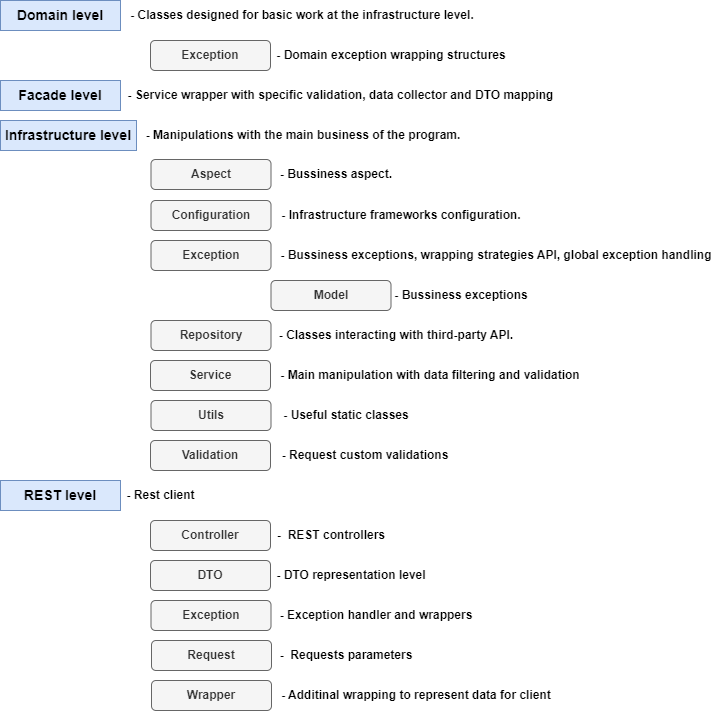
SaneaV/Application-Ecosystem-of-Moldavian-Filling-Stations keeps this draw.io diagram as rest-api/architecture/Project-Structure.png. Above is the earlier version. Source tidied: cells renumbered, new cells last; positions are measured from the earlier drawing's top-left corner, leaving out a move shared by most shapes.
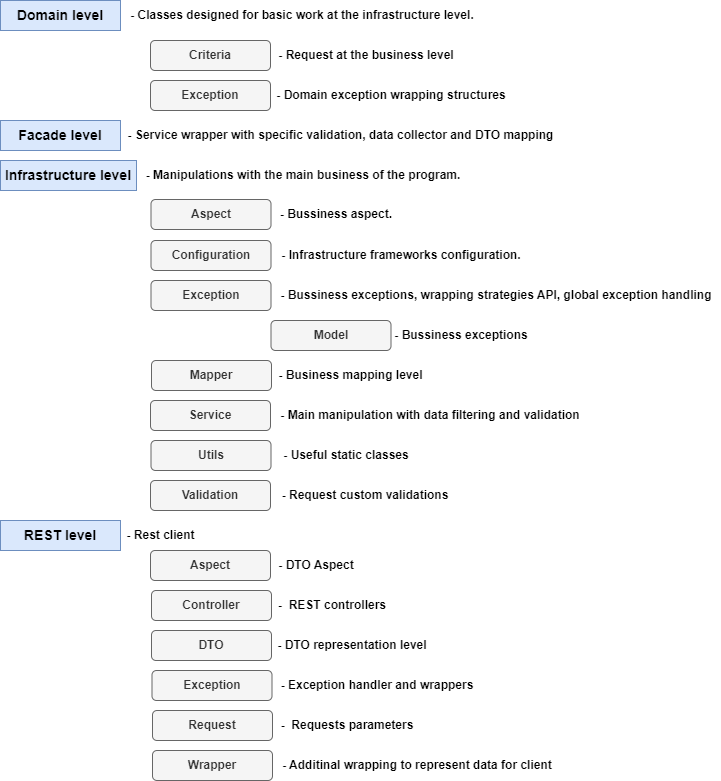
After the change.

What changed in the source:
```diff
@@ -3,13 +3,13 @@
     <mxCell id="0" />
     <mxCell id="1" parent="0" />
     <mxCell id="2" value="&lt;b&gt;&lt;font style=&quot;font-size: 14px;&quot;&gt;Domain level&lt;/font&gt;&lt;/b&gt;" style="rounded=0;whiteSpace=wrap;html=1;fillColor=#dae8fc;strokeColor=#6c8ebf;" parent="1" vertex="1">
-      <mxGeometry width="120" height="30" as="geometry" />
+      <mxGeometry y="-40" width="120" height="30" as="geometry" />
     </mxCell>
     <mxCell id="3" value="&lt;b&gt;&lt;font style=&quot;font-size: 14px;&quot;&gt;Infrastructure level&lt;/font&gt;&lt;/b&gt;" style="rounded=0;whiteSpace=wrap;html=1;fillColor=#dae8fc;strokeColor=#6c8ebf;" parent="1" vertex="1">
       <mxGeometry y="120" width="136" height="30" as="geometry" />
     </mxCell>
-    <mxCell id="4" value="&lt;b&gt;Repository&lt;/b&gt;" style="rounded=1;whiteSpace=wrap;html=1;fillColor=#f5f5f5;fontColor=#333333;strokeColor=#666666;" parent="1" vertex="1">
-      <mxGeometry x="150.5" y="320" width="120" height="30" as="geometry" />
+    <mxCell id="4" value="&lt;b&gt;Mapper&lt;/b&gt;" style="rounded=1;whiteSpace=wrap;html=1;fillColor=#f5f5f5;fontColor=#333333;strokeColor=#666666;" parent="1" vertex="1">
+      <mxGeometry x="151" y="320" width="120" height="30" as="geometry" />
     </mxCell>
     <mxCell id="5" value="&lt;b&gt;Exception&lt;/b&gt;" style="rounded=1;whiteSpace=wrap;html=1;fillColor=#f5f5f5;fontColor=#333333;strokeColor=#666666;" parent="1" vertex="1">
       <mxGeometry x="150.5" y="240" width="120" height="30" as="geometry" />
@@ -24,7 +24,7 @@
       <mxGeometry x="150.5" y="200" width="120" height="30" as="geometry" />
     </mxCell>
     <mxCell id="9" value="&lt;b&gt;DTO&lt;/b&gt;" style="rounded=1;whiteSpace=wrap;html=1;fillColor=#f5f5f5;fontColor=#333333;strokeColor=#666666;" parent="1" vertex="1">
-      <mxGeometry x="150" y="560" width="120" height="30" as="geometry" />
+      <mxGeometry x="151" y="590" width="120" height="30" as="geometry" />
     </mxCell>
     <mxCell id="10" value="&lt;b&gt;Utils&lt;/b&gt;" style="rounded=1;whiteSpace=wrap;html=1;fillColor=#f5f5f5;fontColor=#333333;strokeColor=#666666;" parent="1" vertex="1">
       <mxGeometry x="150.5" y="400" width="120" height="30" as="geometry" />
@@ -33,13 +33,13 @@
       <mxGeometry x="150.5" y="159" width="120" height="30" as="geometry" />
     </mxCell>
     <mxCell id="12" value="&lt;b&gt;-&amp;nbsp;Classes designed for basic work at the infrastructure level.&lt;/b&gt;" style="text;html=1;strokeColor=none;fillColor=none;align=center;verticalAlign=middle;whiteSpace=wrap;rounded=0;" parent="1" vertex="1">
-      <mxGeometry x="120" width="364" height="30" as="geometry" />
+      <mxGeometry x="120" y="-40" width="364" height="30" as="geometry" />
     </mxCell>
     <mxCell id="13" value="&lt;b&gt;- Manipulations with the main business of the program.&lt;/b&gt;" style="text;html=1;strokeColor=none;fillColor=none;align=center;verticalAlign=middle;whiteSpace=wrap;rounded=0;" parent="1" vertex="1">
       <mxGeometry x="136" y="120" width="334" height="30" as="geometry" />
     </mxCell>
-    <mxCell id="14" value="&lt;b&gt;-&amp;nbsp;Classes interacting with third-party API.&lt;/b&gt;" style="text;html=1;strokeColor=none;fillColor=none;align=center;verticalAlign=middle;whiteSpace=wrap;rounded=0;" parent="1" vertex="1">
-      <mxGeometry x="270.5" y="320" width="250" height="30" as="geometry" />
+    <mxCell id="14" value="&lt;b&gt;-&amp;nbsp;Business mapping level&lt;/b&gt;" style="text;html=1;strokeColor=none;fillColor=none;align=center;verticalAlign=middle;whiteSpace=wrap;rounded=0;" parent="1" vertex="1">
+      <mxGeometry x="271" y="320" width="159" height="30" as="geometry" />
     </mxCell>
     <mxCell id="15" value="&lt;b&gt;- Bussiness aspect.&lt;/b&gt;" style="text;html=1;strokeColor=none;fillColor=none;align=center;verticalAlign=middle;whiteSpace=wrap;rounded=0;" parent="1" vertex="1">
       <mxGeometry x="270.5" y="159" width="130" height="30" as="geometry" />
@@ -60,7 +60,7 @@
       <mxGeometry x="121" y="80" width="439" height="30" as="geometry" />
     </mxCell>
     <mxCell id="21" value="&lt;b&gt;- DTO representation level&lt;/b&gt;" style="text;html=1;strokeColor=none;fillColor=none;align=center;verticalAlign=middle;whiteSpace=wrap;rounded=0;" parent="1" vertex="1">
-      <mxGeometry x="270.5" y="560" width="159.5" height="30" as="geometry" />
+      <mxGeometry x="271.5" y="590" width="159.5" height="30" as="geometry" />
     </mxCell>
     <mxCell id="22" value="&lt;b&gt;&lt;font style=&quot;font-size: 14px;&quot;&gt;REST level&lt;/font&gt;&lt;/b&gt;" style="rounded=0;whiteSpace=wrap;html=1;fillColor=#dae8fc;strokeColor=#6c8ebf;" parent="1" vertex="1">
       <mxGeometry y="480" width="120" height="30" as="geometry" />
@@ -69,34 +69,34 @@
       <mxGeometry x="121" y="480" width="79" height="30" as="geometry" />
     </mxCell>
     <mxCell id="24" value="&lt;b&gt;Controller&lt;/b&gt;" style="rounded=1;whiteSpace=wrap;html=1;fillColor=#f5f5f5;fontColor=#333333;strokeColor=#666666;" parent="1" vertex="1">
-      <mxGeometry x="150" y="520" width="120" height="30" as="geometry" />
+      <mxGeometry x="151" y="550" width="120" height="30" as="geometry" />
     </mxCell>
     <mxCell id="25" value="&lt;b&gt;-&amp;nbsp; REST controllers&lt;/b&gt;" style="text;html=1;strokeColor=none;fillColor=none;align=center;verticalAlign=middle;whiteSpace=wrap;rounded=0;" parent="1" vertex="1">
-      <mxGeometry x="270.5" y="520" width="119.5" height="30" as="geometry" />
+      <mxGeometry x="271.5" y="550" width="119.5" height="30" as="geometry" />
     </mxCell>
     <mxCell id="26" value="&lt;b&gt;Exception&lt;/b&gt;" style="rounded=1;whiteSpace=wrap;html=1;fillColor=#f5f5f5;fontColor=#333333;strokeColor=#666666;" parent="1" vertex="1">
-      <mxGeometry x="150.5" y="600" width="120" height="30" as="geometry" />
+      <mxGeometry x="151.5" y="630" width="120" height="30" as="geometry" />
     </mxCell>
     <mxCell id="27" value="&lt;b&gt;- Exception handler and wrappers&lt;/b&gt;" style="text;html=1;strokeColor=none;fillColor=none;align=center;verticalAlign=middle;whiteSpace=wrap;rounded=0;" parent="1" vertex="1">
-      <mxGeometry x="270.5" y="600" width="209.5" height="30" as="geometry" />
+      <mxGeometry x="271.5" y="630" width="209.5" height="30" as="geometry" />
     </mxCell>
     <mxCell id="28" value="&lt;b&gt;Request&lt;/b&gt;" style="rounded=1;whiteSpace=wrap;html=1;fillColor=#f5f5f5;fontColor=#333333;strokeColor=#666666;" parent="1" vertex="1">
-      <mxGeometry x="151" y="640" width="120" height="30" as="geometry" />
+      <mxGeometry x="152" y="670" width="120" height="30" as="geometry" />
     </mxCell>
     <mxCell id="29" value="&lt;b&gt;-&amp;nbsp; Requests parameters&lt;/b&gt;" style="text;html=1;strokeColor=none;fillColor=none;align=center;verticalAlign=middle;whiteSpace=wrap;rounded=0;" parent="1" vertex="1">
-      <mxGeometry x="270.5" y="640" width="149.5" height="30" as="geometry" />
+      <mxGeometry x="271.5" y="670" width="149.5" height="30" as="geometry" />
     </mxCell>
     <mxCell id="30" value="&lt;b&gt;Wrapper&lt;/b&gt;" style="rounded=1;whiteSpace=wrap;html=1;fillColor=#f5f5f5;fontColor=#333333;strokeColor=#666666;" parent="1" vertex="1">
-      <mxGeometry x="151" y="680" width="120" height="30" as="geometry" />
+      <mxGeometry x="152" y="710" width="120" height="30" as="geometry" />
     </mxCell>
     <mxCell id="31" value="&lt;b&gt;- Additinal wrapping to represent data for client&lt;/b&gt;" style="text;html=1;strokeColor=none;fillColor=none;align=center;verticalAlign=middle;whiteSpace=wrap;rounded=0;" parent="1" vertex="1">
-      <mxGeometry x="270.5" y="680" width="290" height="30" as="geometry" />
+      <mxGeometry x="271.5" y="710" width="290" height="30" as="geometry" />
     </mxCell>
-    <mxCell id="32" value="&lt;b&gt;Exception&lt;/b&gt;" style="rounded=1;whiteSpace=wrap;html=1;fillColor=#f5f5f5;fontColor=#333333;strokeColor=#666666;" parent="1" vertex="1">
-      <mxGeometry x="150" y="40" width="120" height="30" as="geometry" />
+    <mxCell id="32" value="&lt;b&gt;Criteria&lt;/b&gt;" style="rounded=1;whiteSpace=wrap;html=1;fillColor=#f5f5f5;fontColor=#333333;strokeColor=#666666;" parent="1" vertex="1">
+      <mxGeometry x="150" width="120" height="30" as="geometry" />
     </mxCell>
-    <mxCell id="33" value="&lt;b&gt;- Domain exception wrapping structures&lt;/b&gt;" style="text;html=1;strokeColor=none;fillColor=none;align=center;verticalAlign=middle;whiteSpace=wrap;rounded=0;" parent="1" vertex="1">
-      <mxGeometry x="270.5" y="40" width="240" height="30" as="geometry" />
+    <mxCell id="33" value="&lt;b&gt;-&amp;nbsp;Request at the business level&lt;/b&gt;" style="text;html=1;strokeColor=none;fillColor=none;align=center;verticalAlign=middle;whiteSpace=wrap;rounded=0;" parent="1" vertex="1">
+      <mxGeometry x="270.5" width="189.5" height="30" as="geometry" />
     </mxCell>
     <mxCell id="34" value="&lt;b&gt;Model&lt;/b&gt;" style="rounded=1;whiteSpace=wrap;html=1;fillColor=#f5f5f5;fontColor=#333333;strokeColor=#666666;" parent="1" vertex="1">
       <mxGeometry x="270.5" y="280" width="120" height="30" as="geometry" />
@@ -110,5 +110,17 @@
     <mxCell id="37" value="&lt;b&gt;- Request custom validations&lt;/b&gt;" style="text;html=1;strokeColor=none;fillColor=none;align=center;verticalAlign=middle;whiteSpace=wrap;rounded=0;" parent="1" vertex="1">
       <mxGeometry x="270" y="440" width="190" height="30" as="geometry" />
     </mxCell>
+    <mxCell id="38" value="&lt;b&gt;Exception&lt;/b&gt;" style="rounded=1;whiteSpace=wrap;html=1;fillColor=#f5f5f5;fontColor=#333333;strokeColor=#666666;" parent="1" vertex="1">
+      <mxGeometry x="150" y="40" width="120" height="30" as="geometry" />
+    </mxCell>
+    <mxCell id="39" value="&lt;b&gt;- Domain exception wrapping structures&lt;/b&gt;" style="text;html=1;strokeColor=none;fillColor=none;align=center;verticalAlign=middle;whiteSpace=wrap;rounded=0;" parent="1" vertex="1">
+      <mxGeometry x="270.5" y="40" width="240" height="30" as="geometry" />
+    </mxCell>
+    <mxCell id="40" value="&lt;b&gt;Aspect&lt;/b&gt;" style="rounded=1;whiteSpace=wrap;html=1;fillColor=#f5f5f5;fontColor=#333333;strokeColor=#666666;" parent="1" vertex="1">
+      <mxGeometry x="150" y="510" width="120" height="30" as="geometry" />
+    </mxCell>
+    <mxCell id="41" value="&lt;b&gt;- DTO Aspect&lt;/b&gt;" style="text;html=1;strokeColor=none;fillColor=none;align=center;verticalAlign=middle;whiteSpace=wrap;rounded=0;" parent="1" vertex="1">
+      <mxGeometry x="270.5" y="510" width="89.5" height="30" as="geometry" />
+    </mxCell>
   </root>
 </mxGraphModel>
```
